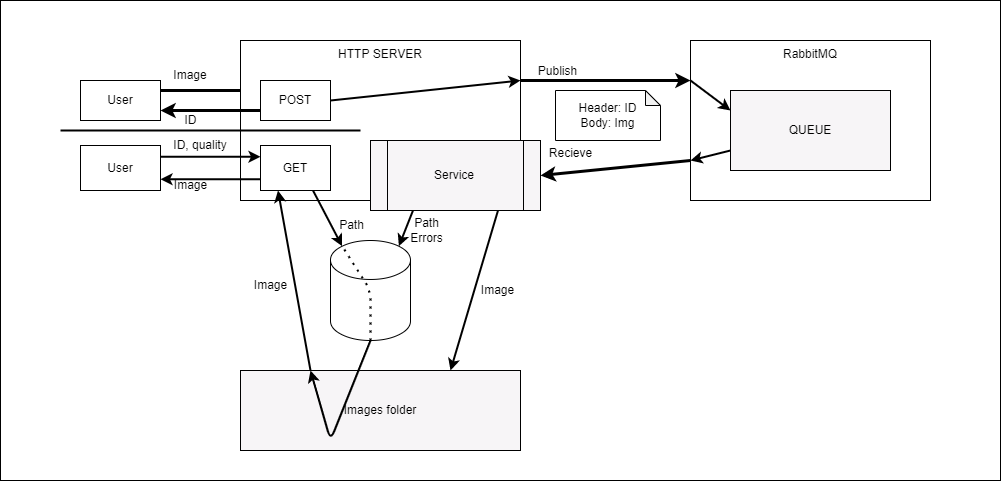
Earlier version of the draw.io export img/app.png (andrsj/go-rabbit-image). Source tidied: cells renumbered, new cells last; positions are measured from the earlier drawing's top-left corner, leaving out a move shared by most shapes.
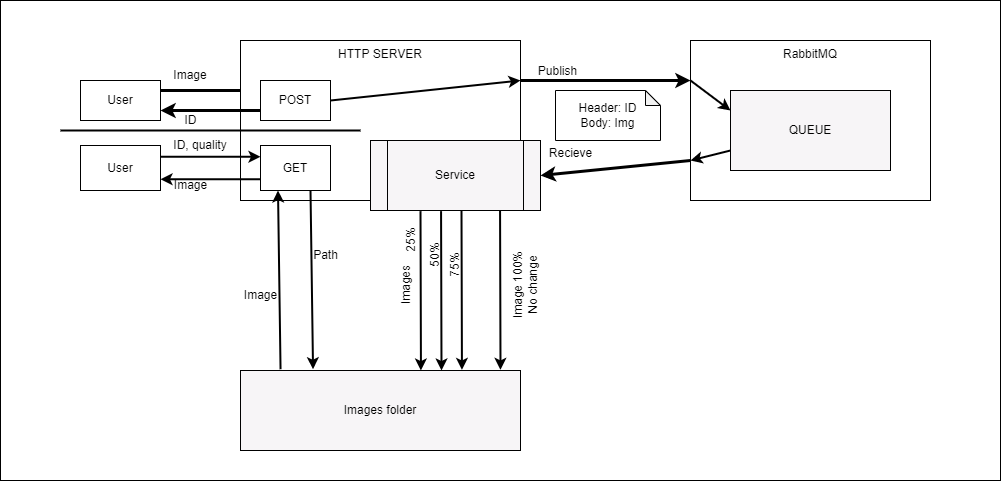
After the change.

Diff of the diagram source:
```diff
@@ -33,11 +33,11 @@
     <mxCell id="10" value="ID" style="text;html=1;align=center;verticalAlign=middle;strokeColor=none;fillColor=none;fontColor=#000000;" parent="1" vertex="1">
       <mxGeometry x="170" y="105" width="40" height="30" as="geometry" />
     </mxCell>
-    <mxCell id="11" style="edgeStyle=none;html=1;exitX=0.25;exitY=1;exitDx=0;exitDy=0;entryX=0.855;entryY=0;entryDx=0;entryDy=5.650858154296891;entryPerimeter=0;strokeColor=#000000;strokeWidth=2;fontColor=#000000;startArrow=none;startFill=0;endArrow=classic;endFill=1;" parent="1" edge="1" source="13" target="32">
-      <mxGeometry relative="1" as="geometry" />
-    </mxCell>
-    <mxCell id="12" style="edgeStyle=none;html=1;exitX=0.75;exitY=1;exitDx=0;exitDy=0;strokeColor=#000000;strokeWidth=2;fontColor=#000000;startArrow=none;startFill=0;endArrow=classic;endFill=1;entryX=0.75;entryY=0;entryDx=0;entryDy=0;" parent="1" edge="1" source="13" target="31">
-      <mxGeometry relative="1" as="geometry" />
+    <mxCell id="12" style="edgeStyle=none;html=1;exitX=0.468;exitY=1.009;exitDx=0;exitDy=0;strokeColor=#000000;strokeWidth=2;fontColor=#000000;startArrow=none;startFill=0;endArrow=classic;endFill=1;entryX=0.75;entryY=0;entryDx=0;entryDy=0;exitPerimeter=0;" parent="1" edge="1">
+      <mxGeometry relative="1" as="geometry">
+        <mxPoint x="440.6" y="210.6" as="sourcePoint" />
+        <mxPoint x="441" y="370" as="targetPoint" />
+      </mxGeometry>
     </mxCell>
     <mxCell id="13" value="Service&lt;br&gt;" style="shape=process;whiteSpace=wrap;html=1;backgroundOutline=1;strokeColor=#000000;fontColor=#000000;fillColor=#F7F5F7;" parent="1" vertex="1">
       <mxGeometry x="370" y="140" width="170" height="70" as="geometry" />
@@ -57,9 +57,6 @@
     <mxCell id="18" style="edgeStyle=none;html=1;exitX=0;exitY=0.75;exitDx=0;exitDy=0;entryX=1;entryY=0.75;entryDx=0;entryDy=0;strokeColor=#000000;strokeWidth=2;fontColor=#000000;startArrow=none;startFill=0;endArrow=classic;endFill=1;" parent="1" edge="1" source="20" target="24">
       <mxGeometry relative="1" as="geometry" />
     </mxCell>
-    <mxCell id="19" style="edgeStyle=none;html=1;exitX=0.75;exitY=1;exitDx=0;exitDy=0;entryX=0.145;entryY=0;entryDx=0;entryDy=5.650858154296891;entryPerimeter=0;strokeColor=#000000;strokeWidth=2;fontColor=#000000;startArrow=none;startFill=0;endArrow=classic;endFill=1;" parent="1" edge="1" source="20" target="32">
-      <mxGeometry relative="1" as="geometry" />
-    </mxCell>
     <mxCell id="20" value="GET" style="rounded=0;whiteSpace=wrap;html=1;strokeColor=#000000;fontColor=#000000;fillColor=none;" parent="1" vertex="1">
       <mxGeometry x="260" y="145" width="70" height="45" as="geometry" />
     </mxCell>
@@ -93,43 +90,59 @@
     <mxCell id="29" value="Publish" style="text;html=1;align=center;verticalAlign=middle;strokeColor=none;fillColor=none;fontColor=#000000;" parent="1" vertex="1">
       <mxGeometry x="527" y="56" width="60" height="30" as="geometry" />
     </mxCell>
-    <mxCell id="30" style="edgeStyle=none;html=1;exitX=0.25;exitY=0;exitDx=0;exitDy=0;entryX=0.25;entryY=1;entryDx=0;entryDy=0;strokeColor=#000000;strokeWidth=2;fontColor=#000000;startArrow=none;startFill=0;endArrow=classic;endFill=1;" parent="1" edge="1" source="31" target="20">
+    <mxCell id="30" style="edgeStyle=none;html=1;exitX=0.143;exitY=-0.016;exitDx=0;exitDy=0;entryX=0.25;entryY=1;entryDx=0;entryDy=0;strokeColor=#000000;strokeWidth=2;fontColor=#000000;startArrow=none;startFill=0;endArrow=classic;endFill=1;exitPerimeter=0;" parent="1" edge="1" source="31" target="20">
       <mxGeometry relative="1" as="geometry" />
     </mxCell>
     <mxCell id="31" value="Images folder" style="rounded=0;whiteSpace=wrap;html=1;strokeColor=#000000;fontColor=#000000;fillColor=#F7F5F7;" parent="1" vertex="1">
       <mxGeometry x="240" y="370" width="280" height="80" as="geometry" />
     </mxCell>
-    <mxCell id="32" style="shape=cylinder3;whiteSpace=wrap;html=1;boundedLbl=1;backgroundOutline=1;size=19.485717773437557;strokeColor=#000000;fontColor=#000000;fillColor=#FFFFFF;" parent="1" vertex="1">
-      <mxGeometry x="330" y="240" width="80" height="100" as="geometry" />
-    </mxCell>
     <mxCell id="33" value="Header: ID&lt;br&gt;Body: Img" style="shape=note;whiteSpace=wrap;html=1;backgroundOutline=1;darkOpacity=0.05;strokeColor=#000000;fontColor=#000000;fillColor=#FFFFFF;size=15;" parent="1" vertex="1">
       <mxGeometry x="555" y="90" width="105" height="50" as="geometry" />
     </mxCell>
-    <mxCell id="34" style="edgeStyle=none;html=1;exitX=0.5;exitY=1;exitDx=0;exitDy=0;exitPerimeter=0;entryX=0.25;entryY=0;entryDx=0;entryDy=0;strokeColor=#000000;strokeWidth=2;fontColor=#000000;startArrow=none;startFill=0;endArrow=classic;endFill=1;" parent="1" edge="1" source="32" target="31">
-      <mxGeometry relative="1" as="geometry">
-        <Array as="points">
-          <mxPoint x="330" y="440" />
-        </Array>
-      </mxGeometry>
-    </mxCell>
     <mxCell id="35" value="Path" style="text;html=1;align=center;verticalAlign=middle;strokeColor=none;fillColor=none;fontColor=#000000;" parent="1" vertex="1">
-      <mxGeometry x="326" y="210" width="50" height="30" as="geometry" />
+      <mxGeometry x="300" y="240" width="50" height="30" as="geometry" />
     </mxCell>
-    <mxCell id="36" value="Path&lt;br&gt;Errors" style="text;html=1;align=center;verticalAlign=middle;strokeColor=none;fillColor=none;fontColor=#000000;" parent="1" vertex="1">
-      <mxGeometry x="396" y="210" width="60" height="40" as="geometry" />
-    </mxCell>
-    <mxCell id="37" value="Image" style="text;html=1;align=center;verticalAlign=middle;strokeColor=none;fillColor=none;fontColor=#000000;" parent="1" vertex="1">
-      <mxGeometry x="467" y="275" width="60" height="30" as="geometry" />
+    <mxCell id="37" value="Image 100%&lt;br&gt;No change" style="text;html=1;align=center;verticalAlign=middle;strokeColor=none;fillColor=none;fontColor=#000000;rotation=-90;" parent="1" vertex="1">
+      <mxGeometry x="480" y="265" width="90" height="40" as="geometry" />
     </mxCell>
     <mxCell id="38" value="Image" style="text;html=1;align=center;verticalAlign=middle;strokeColor=none;fillColor=none;fontColor=#000000;" parent="1" vertex="1">
-      <mxGeometry x="240" y="270" width="60" height="30" as="geometry" />
+      <mxGeometry x="230" y="280" width="60" height="30" as="geometry" />
     </mxCell>
-    <mxCell id="39" style="endArrow=none;dashed=1;html=1;dashPattern=1 3;strokeWidth=2;strokeColor=#000000;fontColor=#000000;entryX=0.145;entryY=0;entryDx=0;entryDy=5.650858154296891;entryPerimeter=0;exitX=0.5;exitY=1;exitDx=0;exitDy=0;exitPerimeter=0;" parent="1" edge="1" source="32" target="32">
-      <mxGeometry relative="1" as="geometry">
-        <Array as="points">
-          <mxPoint x="370" y="290" />
-        </Array>
-      </mxGeometry>
-    </mxCell>
+    <mxCell id="40" style="edgeStyle=none;html=1;exitX=0.468;exitY=1.009;exitDx=0;exitDy=0;strokeColor=#000000;strokeWidth=2;fontColor=#000000;startArrow=none;startFill=0;endArrow=classic;endFill=1;entryX=0.75;entryY=0;entryDx=0;entryDy=0;exitPerimeter=0;" parent="1" edge="1">
+      <mxGeometry relative="1" as="geometry">
+        <mxPoint x="461" y="210" as="sourcePoint" />
+        <mxPoint x="461.4" y="369.4" as="targetPoint" />
+      </mxGeometry>
+    </mxCell>
+    <mxCell id="41" style="edgeStyle=none;html=1;exitX=0.468;exitY=1.009;exitDx=0;exitDy=0;strokeColor=#000000;strokeWidth=2;fontColor=#000000;startArrow=none;startFill=0;endArrow=classic;endFill=1;entryX=0.75;entryY=0;entryDx=0;entryDy=0;exitPerimeter=0;" parent="1" edge="1">
+      <mxGeometry relative="1" as="geometry">
+        <mxPoint x="499.6" y="210" as="sourcePoint" />
+        <mxPoint x="500" y="369.4" as="targetPoint" />
+      </mxGeometry>
+    </mxCell>
+    <mxCell id="42" style="edgeStyle=none;html=1;exitX=0.468;exitY=1.009;exitDx=0;exitDy=0;strokeColor=#000000;strokeWidth=2;fontColor=#000000;startArrow=none;startFill=0;endArrow=classic;endFill=1;entryX=0.75;entryY=0;entryDx=0;entryDy=0;exitPerimeter=0;" parent="1" edge="1">
+      <mxGeometry relative="1" as="geometry">
+        <mxPoint x="420" y="210.6" as="sourcePoint" />
+        <mxPoint x="420.4" y="370" as="targetPoint" />
+      </mxGeometry>
+    </mxCell>
+    <mxCell id="43" value="Images" style="text;html=1;align=center;verticalAlign=middle;strokeColor=none;fillColor=none;fontColor=#000000;rotation=-90;" parent="1" vertex="1">
+      <mxGeometry x="376" y="270" width="60" height="30" as="geometry" />
+    </mxCell>
+    <mxCell id="44" value="25%" style="text;html=1;align=center;verticalAlign=middle;strokeColor=none;fillColor=none;fontColor=#000000;rotation=-90;" parent="1" vertex="1">
+      <mxGeometry x="386" y="225" width="50" height="30" as="geometry" />
+    </mxCell>
+    <mxCell id="45" value="50%" style="text;html=1;align=center;verticalAlign=middle;strokeColor=none;fillColor=none;fontColor=#000000;rotation=-90;" parent="1" vertex="1">
+      <mxGeometry x="410" y="240" width="50" height="30" as="geometry" />
+    </mxCell>
+    <mxCell id="46" value="75%" style="text;html=1;align=center;verticalAlign=middle;strokeColor=none;fillColor=none;fontColor=#000000;rotation=-90;" parent="1" vertex="1">
+      <mxGeometry x="430" y="250" width="50" height="30" as="geometry" />
+    </mxCell>
+    <mxCell id="47" style="edgeStyle=none;html=1;exitX=0.143;exitY=-0.016;exitDx=0;exitDy=0;entryX=0.25;entryY=1;entryDx=0;entryDy=0;strokeColor=#000000;strokeWidth=2;fontColor=#000000;startArrow=classic;startFill=1;endArrow=none;endFill=0;exitPerimeter=0;" parent="1" edge="1">
+      <mxGeometry relative="1" as="geometry">
+        <mxPoint x="312.5" y="368.7" as="sourcePoint" />
+        <mxPoint x="310" y="190" as="targetPoint" />
+      </mxGeometry>
+    </mxCell>
   </root>
 </mxGraphModel>
```
